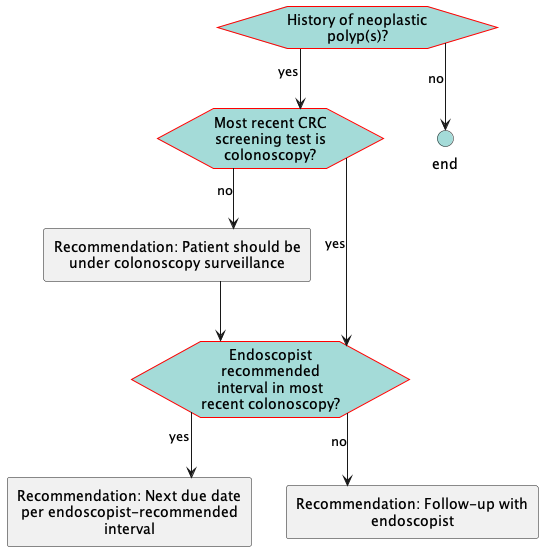
Before: images/flow-postPolypectomy.png, a diagram exported from PlantUML (ccsm-cds-tools/CDC-Colorectal-Cancer-Screening-CDS-L2).
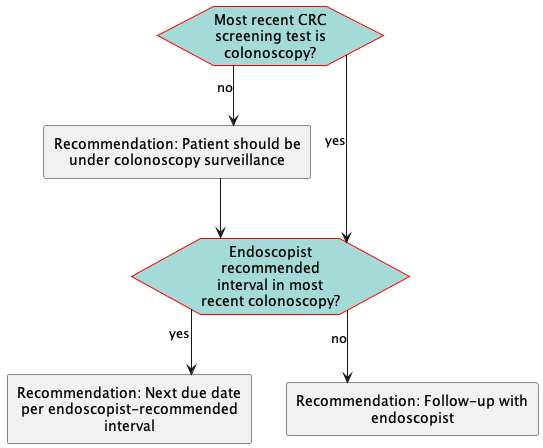
The same file after the commit.

What changed in the source:
```diff
@@ -17,15 +17,11 @@
     BackGroundColor: #A4DBD8
 }
 </style>
-hexagon "History of neoplastic polyp(s)?" as eve_HxPolyps [[#eve-HxPolyps]]
 hexagon "Most recent CRC screening test is colonoscopy?" as eve_lastTestColonoscopy [[#eve-lastTestColonoscopy]]
 rectangle "Recommendation: Patient should be under colonoscopy surveillance" as act_IncreasedRisk [[#act-IncreasedRisk]]
 hexagon "Endoscopist recommended interval in most recent colonoscopy?" as eve_recommendedInterval [[#eve-recommendedInterval]]
-circle "end" as end_1 <<end>>
 rectangle "Recommendation: Next due date per endoscopist-recommended interval" as act_updateDueDatePerInterval [[#act-updateDueDatePerInterval]]
 rectangle "Recommendation: Follow-up with endoscopist" as act_followUpColonoscopist [[#act-followUpColonoscopist]]
-eve_HxPolyps-->eve_lastTestColonoscopy: yes
-eve_HxPolyps-->end_1: no
 eve_lastTestColonoscopy-->eve_recommendedInterval: yes
 eve_lastTestColonoscopy-->act_IncreasedRisk: no
 act_IncreasedRisk-->eve_recommendedInterval
```
